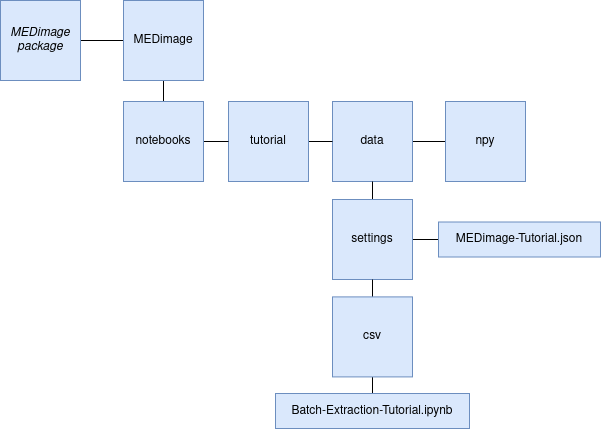
The draw.io diagram notebooks/tutorial/images/BatchExtractionFolderStructure.png in MahdiAll99/MEDimage, before a commit. Source tidied: cells renumbered, new cells last; positions are measured from the earlier drawing's top-left corner, leaving out a move shared by most shapes. The source it was exported from:
```xml
<mxGraphModel>
  <root>
    <mxCell id="0" />
    <mxCell id="1" parent="0" />
    <mxCell id="2" style="edgeStyle=orthogonalEdgeStyle;rounded=0;jettySize=auto;html=1;exitX=1;exitY=0.5;exitDx=0;exitDy=0;entryX=0;entryY=0.5;entryDx=0;entryDy=0;endArrow=none;endFill=0;" parent="1" edge="1" source="3" target="5">
      <mxGeometry relative="1" as="geometry" />
    </mxCell>
    <mxCell id="3" value="&lt;i&gt;MEDimage package&lt;br&gt;&lt;/i&gt;" style="whiteSpace=wrap;html=1;fillColor=#dae8fc;strokeColor=#6c8ebf;" parent="1" vertex="1">
      <mxGeometry width="80" height="80" as="geometry" />
    </mxCell>
    <mxCell id="4" style="edgeStyle=orthogonalEdgeStyle;rounded=0;jettySize=auto;html=1;exitX=0.5;exitY=1;exitDx=0;exitDy=0;entryX=0.5;entryY=0;entryDx=0;entryDy=0;endArrow=none;endFill=0;" parent="1" edge="1" source="5" target="20">
      <mxGeometry relative="1" as="geometry" />
    </mxCell>
    <mxCell id="5" value="MEDimage" style="whiteSpace=wrap;html=1;fillColor=#dae8fc;strokeColor=#6c8ebf;" parent="1" vertex="1">
      <mxGeometry x="123" width="80" height="80" as="geometry" />
    </mxCell>
    <mxCell id="6" style="edgeStyle=orthogonalEdgeStyle;rounded=0;jettySize=auto;html=1;exitX=1;exitY=0.5;exitDx=0;exitDy=0;entryX=0;entryY=0.5;entryDx=0;entryDy=0;endArrow=none;endFill=0;" parent="1" edge="1" source="8">
      <mxGeometry relative="1" as="geometry">
        <mxPoint x="434" y="141" as="targetPoint" />
      </mxGeometry>
    </mxCell>
    <mxCell id="7" style="edgeStyle=none;rounded=0;jettySize=auto;html=1;fontSize=16;endArrow=none;endFill=0;" parent="1" edge="1" source="8" target="21">
      <mxGeometry relative="1" as="geometry" />
    </mxCell>
    <mxCell id="8" value="data" style="whiteSpace=wrap;html=1;fillColor=#dae8fc;strokeColor=#6c8ebf;" parent="1" vertex="1">
      <mxGeometry x="332" y="101" width="80" height="80" as="geometry" />
    </mxCell>
    <mxCell id="9" style="edgeStyle=orthogonalEdgeStyle;rounded=0;jettySize=auto;html=1;exitX=0.5;exitY=0;exitDx=0;exitDy=0;entryX=0.5;entryY=1;entryDx=0;entryDy=0;endArrow=none;endFill=0;" parent="1" edge="1" source="11" target="8">
      <mxGeometry relative="1" as="geometry" />
    </mxCell>
    <mxCell id="10" style="edgeStyle=orthogonalEdgeStyle;rounded=0;jettySize=auto;html=1;exitX=1;exitY=0.5;exitDx=0;exitDy=0;entryX=0;entryY=0.5;entryDx=0;entryDy=0;endArrow=none;endFill=0;" parent="1" edge="1" source="11" target="17">
      <mxGeometry relative="1" as="geometry" />
    </mxCell>
    <mxCell id="11" value="settings" style="whiteSpace=wrap;html=1;fillColor=#dae8fc;strokeColor=#6c8ebf;" parent="1" vertex="1">
      <mxGeometry x="332" y="199" width="80" height="80" as="geometry" />
    </mxCell>
    <mxCell id="12" style="edgeStyle=orthogonalEdgeStyle;rounded=0;jettySize=auto;html=1;exitX=0.5;exitY=0;exitDx=0;exitDy=0;entryX=0.5;entryY=1;entryDx=0;entryDy=0;endArrow=none;endFill=0;" parent="1" edge="1" source="14" target="11">
      <mxGeometry relative="1" as="geometry" />
    </mxCell>
    <mxCell id="13" style="edgeStyle=orthogonalEdgeStyle;rounded=0;jettySize=auto;html=1;exitX=0.5;exitY=1;exitDx=0;exitDy=0;entryX=0.5;entryY=0;entryDx=0;entryDy=0;endArrow=none;endFill=0;" parent="1" edge="1" source="14" target="18">
      <mxGeometry relative="1" as="geometry" />
    </mxCell>
    <mxCell id="14" value="csv" style="whiteSpace=wrap;html=1;fillColor=#dae8fc;strokeColor=#6c8ebf;" parent="1" vertex="1">
      <mxGeometry x="332" y="296.4" width="80" height="80" as="geometry" />
    </mxCell>
    <mxCell id="15" style="edgeStyle=orthogonalEdgeStyle;rounded=0;jettySize=auto;html=1;exitX=1;exitY=0.5;exitDx=0;exitDy=0;entryX=0;entryY=0.5;entryDx=0;entryDy=0;endArrow=none;endFill=0;" parent="1" edge="1" source="16" target="8">
      <mxGeometry relative="1" as="geometry" />
    </mxCell>
    <mxCell id="16" value="tutorial" style="whiteSpace=wrap;html=1;fillColor=#dae8fc;strokeColor=#6c8ebf;" parent="1" vertex="1">
      <mxGeometry x="228" y="101" width="80" height="80" as="geometry" />
    </mxCell>
    <mxCell id="17" value="MEDimage-Tutorial.json" style="rounded=0;whiteSpace=wrap;html=1;fillColor=#DAE8FC;strokeColor=#6C8EBF;" parent="1" vertex="1">
      <mxGeometry x="438" y="221.5" width="162" height="35" as="geometry" />
    </mxCell>
    <mxCell id="18" value="Batch-Extraction-Tutorial.ipynb" style="rounded=0;whiteSpace=wrap;html=1;fillColor=#DAE8FC;strokeColor=#6C8EBF;" parent="1" vertex="1">
      <mxGeometry x="275" y="393" width="194" height="35" as="geometry" />
    </mxCell>
    <mxCell id="19" style="edgeStyle=orthogonalEdgeStyle;rounded=0;jettySize=auto;html=1;exitX=1;exitY=0.5;exitDx=0;exitDy=0;entryX=0;entryY=0.5;entryDx=0;entryDy=0;endArrow=none;endFill=0;" parent="1" edge="1" source="20" target="16">
      <mxGeometry relative="1" as="geometry" />
    </mxCell>
    <mxCell id="20" value="notebooks" style="whiteSpace=wrap;html=1;fillColor=#dae8fc;strokeColor=#6c8ebf;" parent="1" vertex="1">
      <mxGeometry x="123" y="101" width="80" height="80" as="geometry" />
    </mxCell>
    <mxCell id="21" value="npy" style="whiteSpace=wrap;html=1;fillColor=#dae8fc;strokeColor=#6c8ebf;" parent="1" vertex="1">
      <mxGeometry x="445" y="101" width="80" height="80" as="geometry" />
    </mxCell>
  </root>
</mxGraphModel>
```
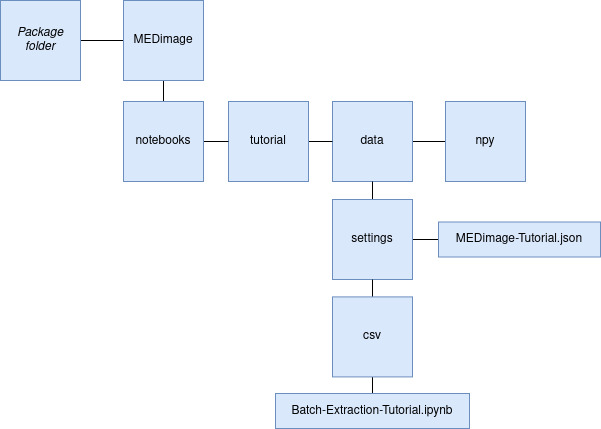
Above is the later version.

Commit message:
Specified folder package

Change to the diagram source:
```diff
@@ -5,7 +5,7 @@
     <mxCell id="2" style="edgeStyle=orthogonalEdgeStyle;rounded=0;jettySize=auto;html=1;exitX=1;exitY=0.5;exitDx=0;exitDy=0;entryX=0;entryY=0.5;entryDx=0;entryDy=0;endArrow=none;endFill=0;" parent="1" edge="1" source="3" target="5">
       <mxGeometry relative="1" as="geometry" />
     </mxCell>
-    <mxCell id="3" value="&lt;i&gt;MEDimage package&lt;br&gt;&lt;/i&gt;" style="whiteSpace=wrap;html=1;fillColor=#dae8fc;strokeColor=#6c8ebf;" parent="1" vertex="1">
+    <mxCell id="3" value="&lt;i&gt;Package folder&lt;br&gt;&lt;/i&gt;" style="whiteSpace=wrap;html=1;fillColor=#dae8fc;strokeColor=#6c8ebf;" parent="1" vertex="1">
       <mxGeometry width="80" height="80" as="geometry" />
     </mxCell>
     <mxCell id="4" style="edgeStyle=orthogonalEdgeStyle;rounded=0;jettySize=auto;html=1;exitX=0.5;exitY=1;exitDx=0;exitDy=0;entryX=0.5;entryY=0;entryDx=0;entryDy=0;endArrow=none;endFill=0;" parent="1" edge="1" source="5" target="20">
```
